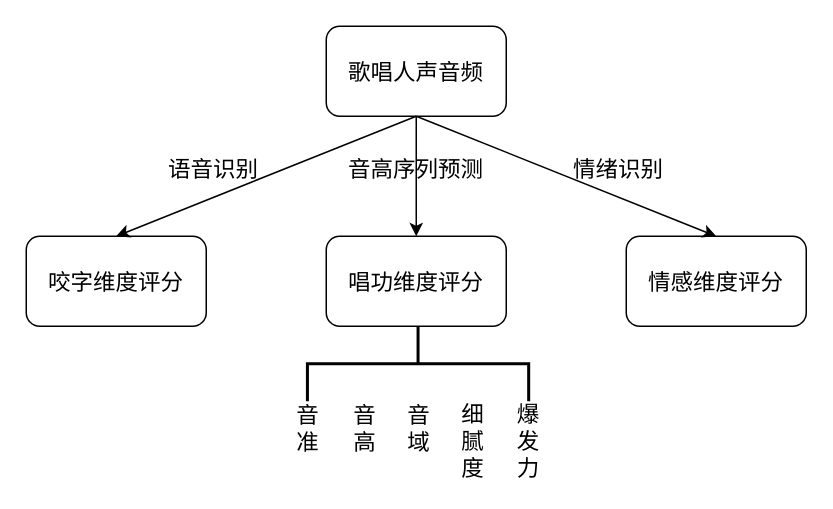
Before: 一种无参考的歌唱评价方法.drawio in Nian-Chen/drawio, a draw.io diagram. Source tidied: cells renumbered, new cells numbered last; positions are measured from the earlier drawing's top-left corner, leaving out a move shared by most shapes. Both pictures are drawn from the tidied source at 150%, with x=0, y=0 at pixel (26, 26).
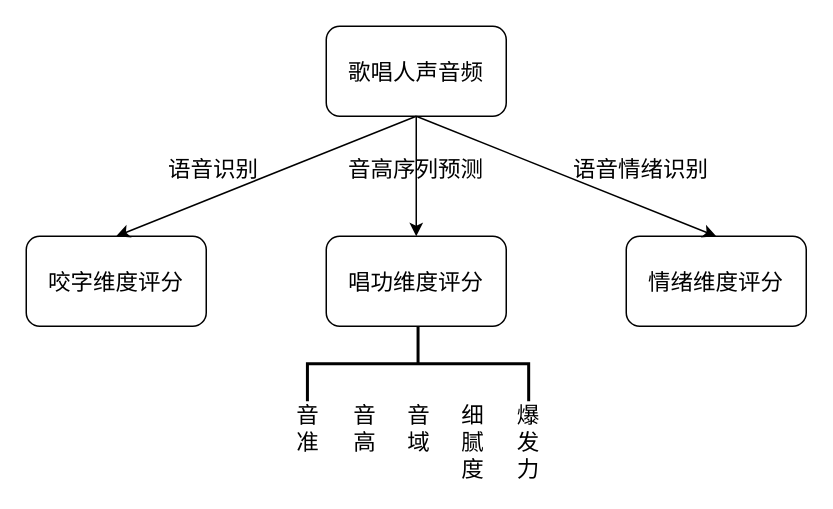
The same diagram, later.

Commit message (it also covers changes not shown here):
更新一种无参考的歌唱评价方法.drawio

Change to the diagram source:
```diff
@@
 <mxGraphModel>
   <root>
     <mxCell id="0" />
     <mxCell id="1" parent="0" />
     <mxCell id="2" style="edgeStyle=orthogonalEdgeStyle;rounded=0;jettySize=auto;html=1;entryX=0.5;entryY=0;entryDx=0;entryDy=0;" parent="1" edge="1" source="3" target="6">
       <mxGeometry relative="1" as="geometry" />
     </mxCell>
     <mxCell id="3" value="歌唱人声音频" style="rounded=1;whiteSpace=wrap;html=1;fontSize=15;" parent="1" vertex="1">
       <mxGeometry x="200" width="120" height="60" as="geometry" />
     </mxCell>
     <mxCell id="4" value="咬字维度评分" style="rounded=1;whiteSpace=wrap;html=1;fontSize=15;" parent="1" vertex="1">
       <mxGeometry y="140" width="120" height="60" as="geometry" />
     </mxCell>
     <mxCell id="5" style="endArrow=classic;html=1;rounded=0;exitX=0.5;exitY=1;exitDx=0;exitDy=0;entryX=0.5;entryY=0;entryDx=0;entryDy=0;" parent="1" edge="1" source="3" target="4">
       <mxGeometry relative="1" as="geometry" />
     </mxCell>
     <mxCell id="6" value="唱功维度评分" style="rounded=1;whiteSpace=wrap;html=1;fontSize=15;" parent="1" vertex="1">
       <mxGeometry x="200" y="140" width="120" height="60" as="geometry" />
     </mxCell>
-    <mxCell id="7" value="情感维度评分" style="rounded=1;whiteSpace=wrap;html=1;fontSize=15;" parent="1" vertex="1">
+    <mxCell id="7" value="情绪维度评分" style="rounded=1;whiteSpace=wrap;html=1;fontSize=15;" parent="1" vertex="1">
       <mxGeometry x="400" y="140" width="120" height="60" as="geometry" />
     </mxCell>
     <mxCell id="8" style="endArrow=classic;html=1;rounded=0;entryX=0.5;entryY=0;entryDx=0;entryDy=0;exitX=0.5;exitY=1;exitDx=0;exitDy=0;" parent="1" edge="1" source="3" target="7">
       <mxGeometry relative="1" as="geometry" />
     </mxCell>
     <mxCell id="9" value="音高序列预测" style="text;html=1;align=center;verticalAlign=middle;whiteSpace=wrap;rounded=0;fontSize=15;" parent="1" vertex="1">
       <mxGeometry x="185" y="80" width="150" height="30" as="geometry" />
     </mxCell>
     <mxCell id="10" value="语音识别" style="text;html=1;align=center;verticalAlign=middle;whiteSpace=wrap;rounded=0;fontSize=15;" parent="1" vertex="1">
       <mxGeometry x="50" y="80" width="150" height="30" as="geometry" />
     </mxCell>
-    <mxCell id="11" value="情绪识别" style="text;html=1;align=center;verticalAlign=middle;whiteSpace=wrap;rounded=0;strokeWidth=1;fontSize=15;" parent="1" vertex="1">
-      <mxGeometry x="320" y="80" width="150" height="30" as="geometry" />
+    <mxCell id="11" value="语音情绪识别" style="text;html=1;align=center;verticalAlign=middle;whiteSpace=wrap;rounded=0;strokeWidth=1;fontSize=15;" parent="1" vertex="1">
+      <mxGeometry x="335" y="80" width="150" height="30" as="geometry" />
     </mxCell>
     <mxCell id="12" style="strokeWidth=2;html=1;shape=mxgraph.flowchart.annotation_2;align=left;labelPosition=right;rotation=90;" parent="1" vertex="1">
       <mxGeometry x="236.2" y="151.2" width="50" height="147.5" as="geometry" />
     </mxCell>
     <mxCell id="13" value="音准" style="text;html=1;align=center;verticalAlign=middle;whiteSpace=wrap;rounded=0;fontSize=15;" parent="1" vertex="1">
       <mxGeometry x="183" y="253" width="10" height="30" as="geometry" />
     </mxCell>
     <mxCell id="14" value="音高" style="text;html=1;align=center;verticalAlign=middle;whiteSpace=wrap;rounded=0;fontSize=15;" parent="1" vertex="1">
       <mxGeometry x="221" y="253" width="10" height="30" as="geometry" />
     </mxCell>
     <mxCell id="15" value="音域" style="text;html=1;align=center;verticalAlign=middle;whiteSpace=wrap;rounded=0;fontSize=15;" parent="1" vertex="1">
       <mxGeometry x="257.2" y="253" width="10" height="30" as="geometry" />
     </mxCell>
     <mxCell id="16" value="爆发力" style="text;html=1;align=center;verticalAlign=middle;whiteSpace=wrap;rounded=0;fontSize=15;" parent="1" vertex="1">
-      <mxGeometry x="330" y="261" width="10" height="30" as="geometry" />
+      <mxGeometry x="330" y="262" width="10" height="30" as="geometry" />
     </mxCell>
     <mxCell id="17" value="细腻度" style="text;html=1;align=center;verticalAlign=middle;whiteSpace=wrap;rounded=0;fontSize=15;" parent="1" vertex="1">
-      <mxGeometry x="293.2" y="261" width="10" height="30" as="geometry" />
+      <mxGeometry x="293.2" y="262" width="10" height="30" as="geometry" />
     </mxCell>
   </root>
 </mxGraphModel>
```
